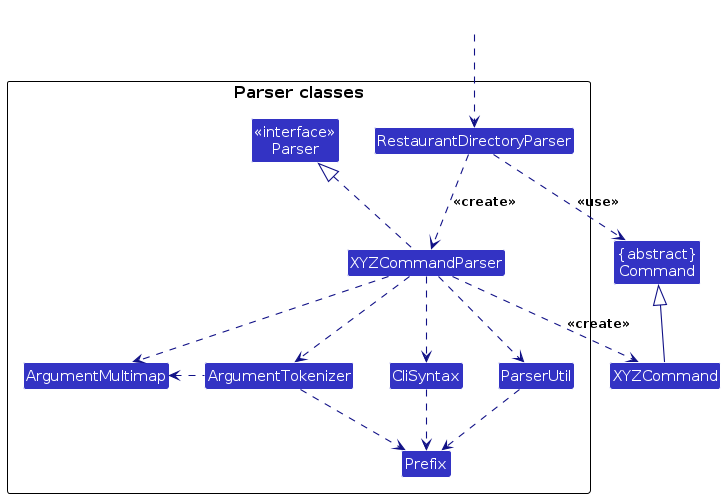
AY2526S1-CS2103T-T14-3/tp keeps this PlantUML diagram as diagrams/ParserClasses.png. Above is the earlier version. Its source is kept beside it as diagrams/ParserClasses.puml.
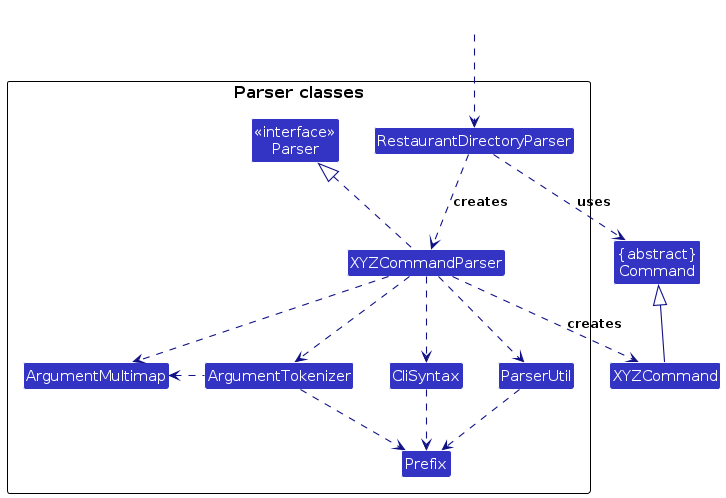
After the change.

The edit, as a diff of the source:
```diff
@@ -21,10 +21,10 @@
 Class HiddenOutside #FFFFFF
 HiddenOutside ..> RestaurantDirectoryParser
 
-RestaurantDirectoryParser .down.> XYZCommandParser: <<create>>
+RestaurantDirectoryParser .down.> XYZCommandParser: creates
 
-XYZCommandParser ..> XYZCommand : <<create>>
-RestaurantDirectoryParser ..> Command : <<use>>
+XYZCommandParser ..> XYZCommand : creates
+RestaurantDirectoryParser ..> Command : uses
 XYZCommandParser .up.|> Parser
 XYZCommandParser ..> ArgumentMultimap
 XYZCommandParser ..> ArgumentTokenizer
```
